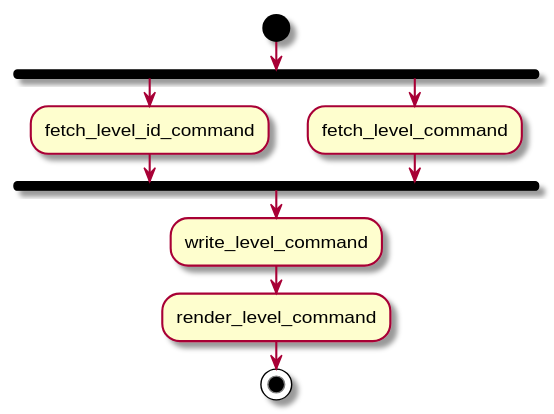
Earlier version of the PlantUML export build/uml/level_put_controller.svg (arpb2/C-3PO).
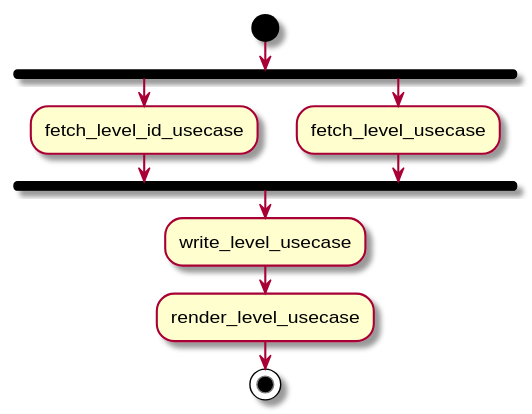
After the commit.

Change to the diagram source:
```diff
@@ -1,11 +1,11 @@
 @startuml
 start
 fork
-:fetch_level_id_command;
+:fetch_level_id_usecase;
 fork again
-:fetch_level_command;
+:fetch_level_usecase;
 end fork
-:write_level_command;
-:render_level_command;
+:write_level_usecase;
+:render_level_usecase;
 stop
 @enduml
```
